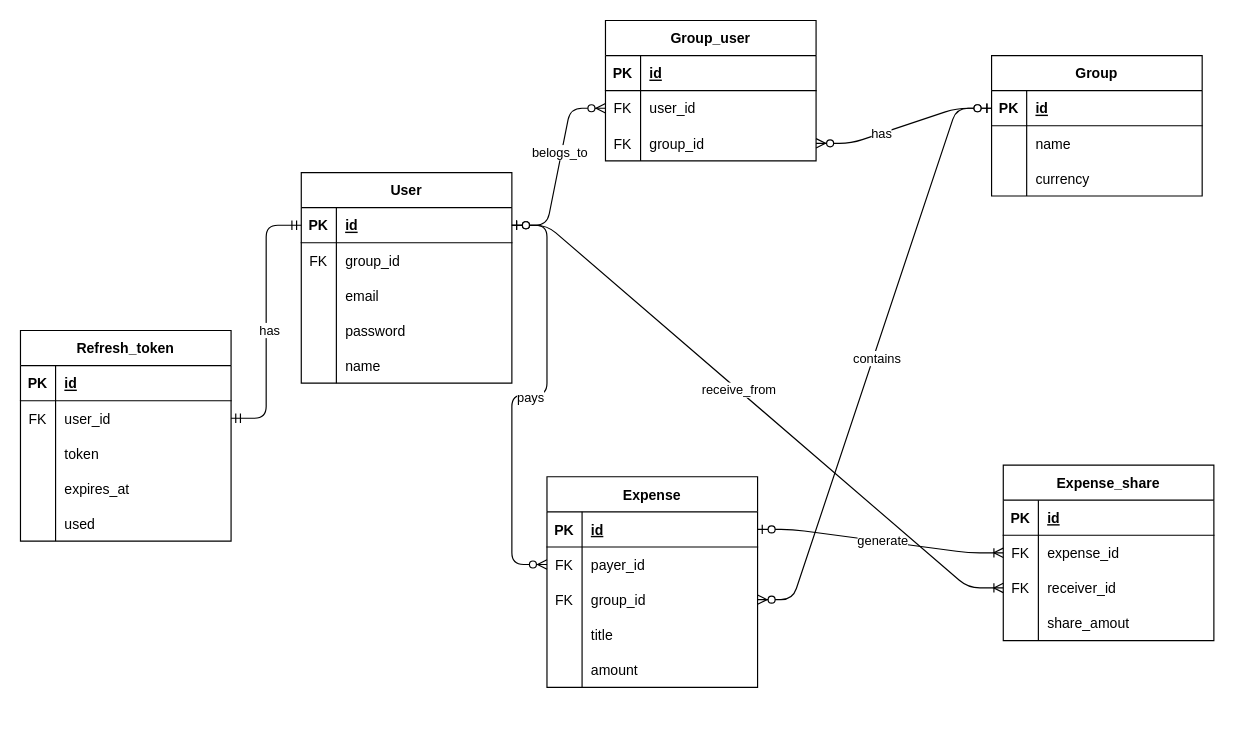
Earlier version of the draw.io diagram docs/database.drawio (Kai-Itakura/splitit). Source tidied: cells renumbered, new cells numbered last; positions are measured from the earlier drawing's top-left corner, leaving out a move shared by most shapes. Both pictures are drawn from the tidied source at 117%, with x=0, y=0 at pixel (20, 20).
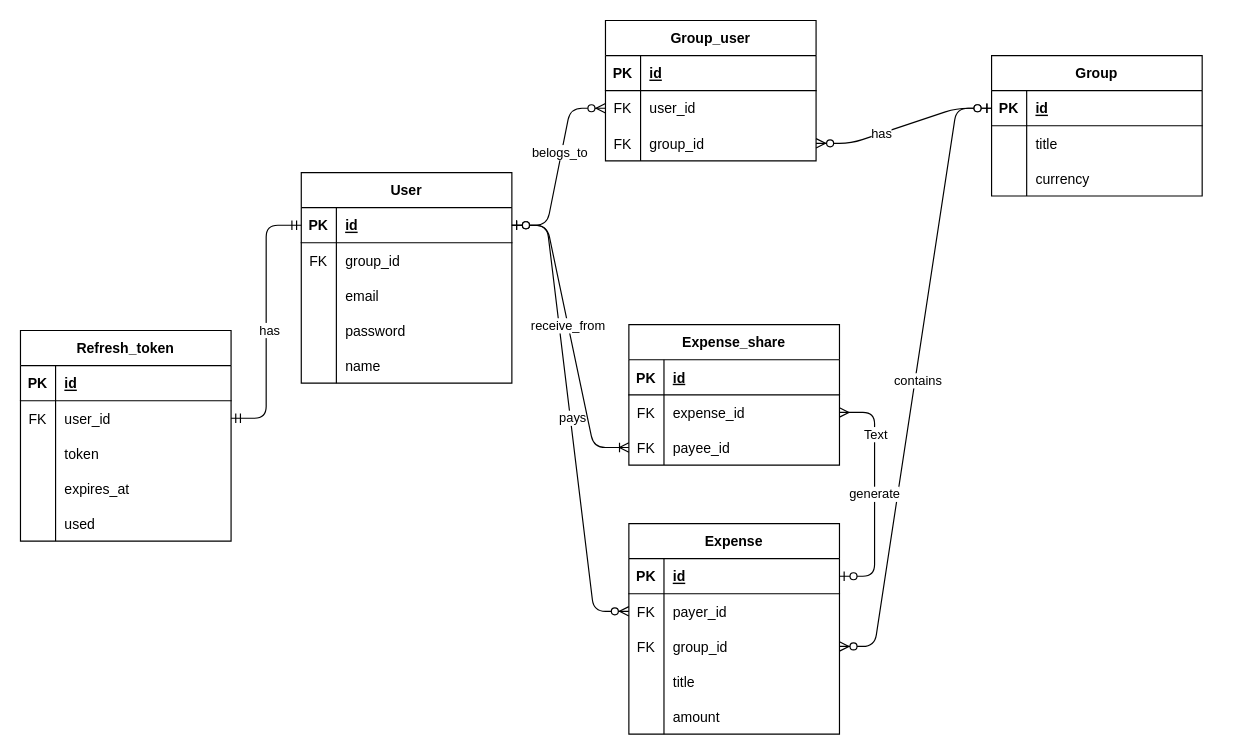
The same diagram, later.

The change refers to these unchanged cells:
```xml
<mxCell id="22" style="shape=tableRow;horizontal=0;startSize=0;swimlaneHead=0;swimlaneBody=0;fillColor=none;top=0;left=0;right=0;bottom=0;" parent="18" vertex="1">
  <mxGeometry y="60" width="180" height="30" as="geometry" />
</mxCell>
<mxCell id="44" style="shape=tableRow;horizontal=0;startSize=0;swimlaneHead=0;swimlaneBody=0;fillColor=none;points=[[0,0.5],[1,0.5]];portConstraint=eastwest;top=0;left=0;right=0;bottom=1;" parent="43" vertex="1">
  <mxGeometry y="30" width="180" height="30" as="geometry" />
</mxCell>
<mxCell id="67" style="shape=tableRow;horizontal=0;startSize=0;swimlaneHead=0;swimlaneBody=0;fillColor=none;points=[[0,0.5],[1,0.5]];portConstraint=eastwest;top=0;left=0;right=0;bottom=0;" parent="63" vertex="1">
  <mxGeometry y="60" width="180" height="30" as="geometry" />
</mxCell>
<mxCell id="70" style="shape=tableRow;horizontal=0;startSize=0;swimlaneHead=0;swimlaneBody=0;fillColor=none;points=[[0,0.5],[1,0.5]];portConstraint=eastwest;top=0;left=0;right=0;bottom=0;" parent="63" vertex="1">
  <mxGeometry y="90" width="180" height="30" as="geometry" />
</mxCell>
```

Diff of the diagram source:
```diff
@@
-    <mxCell id="24" value="name" style="shape=partialRectangle;fillColor=none;top=0;left=0;bottom=0;right=0;align=left;spacingLeft=6;overflow=hidden;" parent="22" vertex="1">
+    <mxCell id="24" value="title" style="shape=partialRectangle;fillColor=none;top=0;left=0;bottom=0;right=0;align=left;spacingLeft=6;overflow=hidden;" parent="22" vertex="1">
       <mxGeometry x="30" width="150" height="30" as="geometry" />
     </mxCell>
@@
     <mxCell id="43" value="Expense" style="shape=table;startSize=30;childLayout=tableLayout;rowLines=0;fontStyle=1;align=center;" parent="1" vertex="1">
-      <mxGeometry x="450" y="390" width="180" height="180" as="geometry" />
+      <mxGeometry x="520" y="430" width="180" height="180" as="geometry" />
     </mxCell>
@@
     <mxCell id="63" value="Expense_share" style="shape=table;startSize=30;childLayout=tableLayout;rowLines=0;fontStyle=1;align=center;" parent="1" vertex="1">
-      <mxGeometry x="840" y="380" width="180" height="150" as="geometry" />
+      <mxGeometry x="520" y="260" width="180" height="120" as="geometry" />
     </mxCell>
@@
-    <mxCell id="72" value="receiver_id" style="shape=partialRectangle;fillColor=none;top=0;left=0;bottom=0;right=0;align=left;spacingLeft=6;overflow=hidden;" parent="70" vertex="1">
+    <mxCell id="72" value="payee_id" style="shape=partialRectangle;fillColor=none;top=0;left=0;bottom=0;right=0;align=left;spacingLeft=6;overflow=hidden;" parent="70" vertex="1">
       <mxGeometry x="30" width="150" height="30" as="geometry" />
     </mxCell>
-    <mxCell id="73" style="shape=tableRow;horizontal=0;startSize=0;swimlaneHead=0;swimlaneBody=0;fillColor=none;top=0;left=0;right=0;bottom=0;" parent="63" vertex="1">
-      <mxGeometry y="120" width="180" height="30" as="geometry" />
-    </mxCell>
-    <mxCell id="74" style="shape=partialRectangle;fillColor=none;top=0;left=0;bottom=0;right=0;overflow=hidden;" parent="73" vertex="1">
-      <mxGeometry width="30" height="30" as="geometry" />
-    </mxCell>
-    <mxCell id="75" value="share_amout" style="shape=partialRectangle;fillColor=none;top=0;left=0;bottom=0;right=0;align=left;spacingLeft=6;overflow=hidden;" parent="73" vertex="1">
-      <mxGeometry x="30" width="150" height="30" as="geometry" />
-    </mxCell>
-    <mxCell id="76" style="edgeStyle=entityRelationEdgeStyle;fontSize=12;html=1;endArrow=ERoneToMany;startArrow=ERzeroToOne;entryX=0;entryY=0.5;entryDx=0;entryDy=0;exitX=1;exitY=0.5;exitDx=0;exitDy=0;" parent="1" edge="1" source="44" target="67">
+    <mxCell id="76" style="edgeStyle=entityRelationEdgeStyle;fontSize=12;html=1;endArrow=ERmany;startArrow=ERzeroToOne;entryX=1;entryY=0.5;entryDx=0;entryDy=0;exitX=1;exitY=0.5;exitDx=0;exitDy=0;endFill=0;" parent="1" edge="1" source="44" target="67">
       <mxGeometry relative="1" as="geometry" />
     </mxCell>
@@
+    <mxCell id="98" value="Text" style="edgeLabel;html=1;align=center;verticalAlign=middle;" parent="76" vertex="1">
+      <mxGeometry x="0.52" relative="1" as="geometry" />
+    </mxCell>
```
